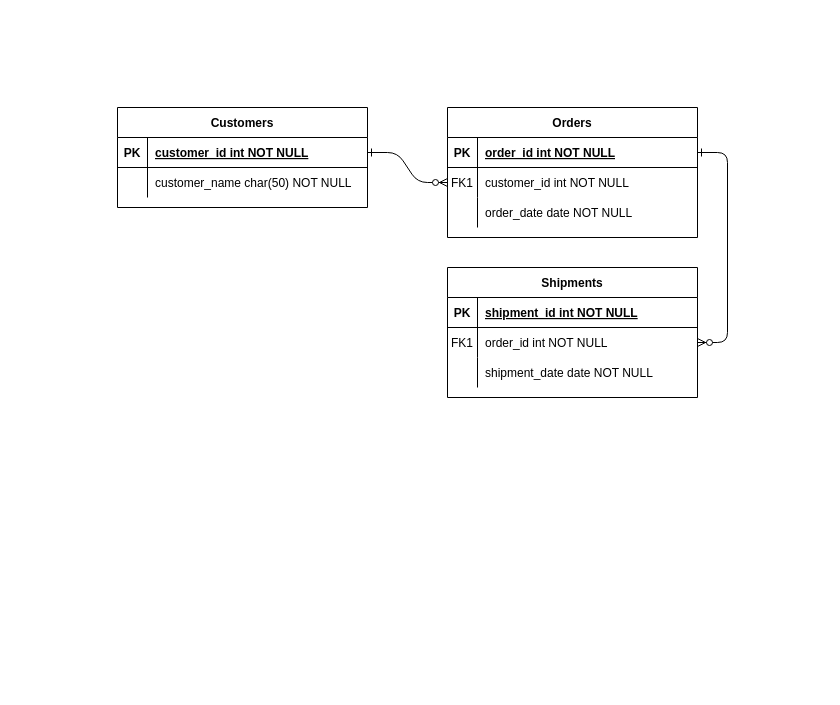
The draw.io diagram erd/EnrollmentERD.drawio in perilloArt3159/database-mysql-assessment, before the edit. Source tidied: cells renumbered, new cells numbered last; positions are measured from the earlier drawing's top-left corner, leaving out a move shared by most shapes. Both pictures are drawn from the tidied source at 100%, with x=0, y=0 at pixel (117, 107).
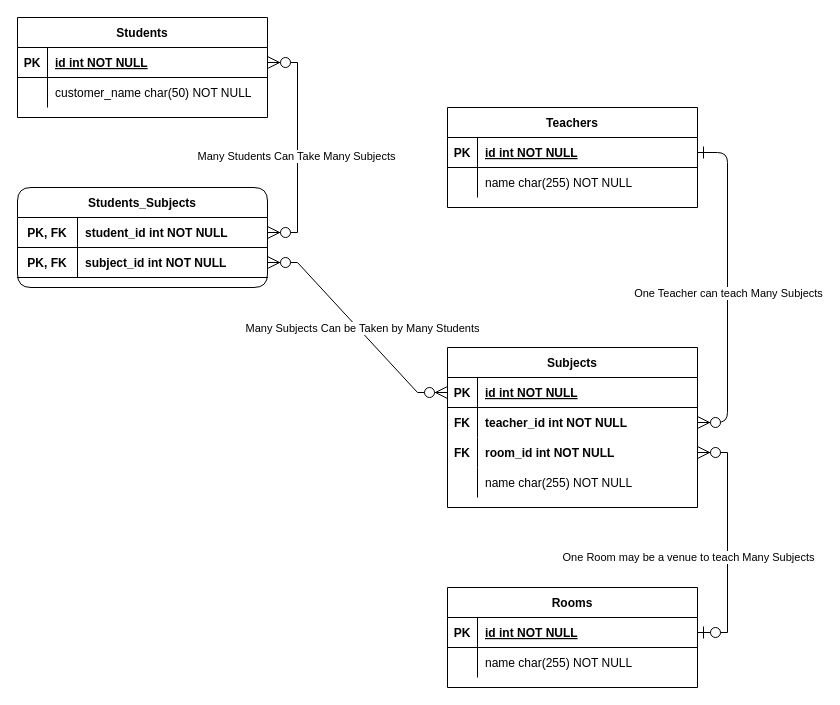
Above is the later version.

Commit message:
:sparkles: Enrollment ERD Done

Unchanged cells that the change refers to:
```xml
<mxCell id="5" style="shape=partialRectangle;fillColor=none;points=[[0,0.5],[1,0.5]];portConstraint=eastwest;top=0;left=0;right=0;bottom=1;" parent="4" vertex="1">
  <mxGeometry y="30" width="250" height="30" as="geometry" />
</mxCell>
<mxCell id="8" style="shape=partialRectangle;fillColor=none;points=[[0,0.5],[1,0.5]];portConstraint=eastwest;top=0;left=0;right=0;bottom=0;" parent="4" vertex="1">
  <mxGeometry y="60" width="250" height="30" as="geometry" />
</mxCell>
<mxCell id="15" style="shape=partialRectangle;fillColor=none;points=[[0,0.5],[1,0.5]];portConstraint=eastwest;top=0;left=0;right=0;bottom=1;" parent="14" vertex="1">
  <mxGeometry y="30" width="250" height="30" as="geometry" />
</mxCell>
<mxCell id="18" style="shape=partialRectangle;fillColor=none;points=[[0,0.5],[1,0.5]];portConstraint=eastwest;top=0;left=0;right=0;bottom=0;" parent="14" vertex="1">
  <mxGeometry y="60" width="250" height="30" as="geometry" />
</mxCell>
<mxCell id="25" style="shape=partialRectangle;fillColor=none;points=[[0,0.5],[1,0.5]];portConstraint=eastwest;top=0;left=0;right=0;bottom=1;" parent="24" vertex="1">
  <mxGeometry y="30" width="250" height="30" as="geometry" />
</mxCell>
```

Change to the diagram source:
```diff
@@
-    <mxCell id="2" style="edgeStyle=entityRelationEdgeStyle;endArrow=ERzeroToMany;startArrow=ERone;endFill=1;startFill=0;" parent="1" edge="1" source="25" target="8">
-      <mxGeometry relative="1" as="geometry" />
-    </mxCell>
-    <mxCell id="3" style="edgeStyle=entityRelationEdgeStyle;endArrow=ERzeroToMany;startArrow=ERone;endFill=1;startFill=0;" parent="1" edge="1" source="5" target="18">
+    <mxCell id="3" style="edgeStyle=entityRelationEdgeStyle;endArrow=ERzeroToMany;startArrow=ERone;endFill=1;startFill=0;endSize=10;startSize=10;" parent="1" edge="1" source="5" target="18">
       <mxGeometry relative="1" as="geometry" />
     </mxCell>
+    <mxCell id="31" value="One Teacher can teach Many Subjects" style="edgeLabel;html=1;align=center;verticalAlign=middle;" parent="3" vertex="1">
+      <mxGeometry x="0.03" relative="1" as="geometry" />
+    </mxCell>
-    <mxCell id="4" value="Orders" style="shape=table;startSize=30;childLayout=tableLayout;rowLines=0;fontStyle=1;align=center;" parent="1" vertex="1">
-      <mxGeometry x="330" width="250" height="130" as="geometry" />
+    <mxCell id="4" value="Teachers" style="shape=table;startSize=30;childLayout=tableLayout;rowLines=0;fontStyle=1;align=center;" parent="1" vertex="1">
+      <mxGeometry x="330" width="250" height="100" as="geometry" />
     </mxCell>
@@
-    <mxCell id="7" value="order_id int NOT NULL " style="shape=partialRectangle;overflow=hidden;fillColor=none;top=0;left=0;bottom=0;right=0;align=left;spacingLeft=6;fontStyle=5;" parent="5" vertex="1">
+    <mxCell id="7" value="id int NOT NULL " style="shape=partialRectangle;overflow=hidden;fillColor=none;top=0;left=0;bottom=0;right=0;align=left;spacingLeft=6;fontStyle=5;" parent="5" vertex="1">
       <mxGeometry x="30" width="220" height="30" as="geometry" />
     </mxCell>
@@
-    <mxCell id="9" value="FK1" style="shape=partialRectangle;overflow=hidden;fillColor=none;top=0;left=0;bottom=0;right=0;" parent="8" vertex="1">
+    <mxCell id="9" style="shape=partialRectangle;overflow=hidden;fillColor=none;top=0;left=0;bottom=0;right=0;" parent="8" vertex="1">
       <mxGeometry width="30" height="30" as="geometry" />
     </mxCell>
-    <mxCell id="10" value="customer_id int NOT NULL" style="shape=partialRectangle;overflow=hidden;fillColor=none;top=0;left=0;bottom=0;right=0;align=left;spacingLeft=6;" parent="8" vertex="1">
+    <mxCell id="10" value="name char(255) NOT NULL" style="shape=partialRectangle;overflow=hidden;fillColor=none;top=0;left=0;bottom=0;right=0;align=left;spacingLeft=6;" parent="8" vertex="1">
       <mxGeometry x="30" width="220" height="30" as="geometry" />
     </mxCell>
-    <mxCell id="11" style="shape=partialRectangle;fillColor=none;points=[[0,0.5],[1,0.5]];portConstraint=eastwest;top=0;left=0;right=0;bottom=0;" parent="4" vertex="1">
-      <mxGeometry y="90" width="250" height="30" as="geometry" />
-    </mxCell>
-    <mxCell id="12" style="shape=partialRectangle;overflow=hidden;fillColor=none;top=0;left=0;bottom=0;right=0;" parent="11" vertex="1">
-      <mxGeometry width="30" height="30" as="geometry" />
-    </mxCell>
-    <mxCell id="13" value="order_date date NOT NULL" style="shape=partialRectangle;overflow=hidden;fillColor=none;top=0;left=0;bottom=0;right=0;align=left;spacingLeft=6;" parent="11" vertex="1">
-      <mxGeometry x="30" width="220" height="30" as="geometry" />
-    </mxCell>
-    <mxCell id="14" value="Shipments" style="shape=table;startSize=30;childLayout=tableLayout;rowLines=0;fontStyle=1;align=center;" parent="1" vertex="1">
-      <mxGeometry x="330" y="160" width="250" height="130" as="geometry" />
+    <mxCell id="14" value="Subjects" style="shape=table;startSize=30;childLayout=tableLayout;rowLines=0;fontStyle=1;align=center;" parent="1" vertex="1">
+      <mxGeometry x="330" y="240" width="250" height="160" as="geometry" />
     </mxCell>
@@
-    <mxCell id="17" value="shipment_id int NOT NULL " style="shape=partialRectangle;overflow=hidden;fillColor=none;top=0;left=0;bottom=0;right=0;align=left;spacingLeft=6;fontStyle=5;" parent="15" vertex="1">
+    <mxCell id="17" value="id int NOT NULL " style="shape=partialRectangle;overflow=hidden;fillColor=none;top=0;left=0;bottom=0;right=0;align=left;spacingLeft=6;fontStyle=5;" parent="15" vertex="1">
       <mxGeometry x="30" width="220" height="30" as="geometry" />
     </mxCell>
@@
-    <mxCell id="19" value="FK1" style="shape=partialRectangle;overflow=hidden;fillColor=none;top=0;left=0;bottom=0;right=0;" parent="18" vertex="1">
+    <mxCell id="19" value="FK" style="shape=partialRectangle;overflow=hidden;fillColor=none;top=0;left=0;bottom=0;right=0;fontStyle=1;" parent="18" vertex="1">
       <mxGeometry width="30" height="30" as="geometry" />
     </mxCell>
-    <mxCell id="20" value="order_id int NOT NULL" style="shape=partialRectangle;overflow=hidden;fillColor=none;top=0;left=0;bottom=0;right=0;align=left;spacingLeft=6;" parent="18" vertex="1">
+    <mxCell id="20" value="teacher_id int NOT NULL" style="shape=partialRectangle;overflow=hidden;fillColor=none;top=0;left=0;bottom=0;right=0;align=left;spacingLeft=6;fontStyle=1;" parent="18" vertex="1">
       <mxGeometry x="30" width="220" height="30" as="geometry" />
     </mxCell>
+    <mxCell id="11" style="shape=partialRectangle;fillColor=none;points=[[0,0.5],[1,0.5]];portConstraint=eastwest;top=0;left=0;right=0;bottom=0;" parent="14" vertex="1">
+      <mxGeometry y="90" width="250" height="30" as="geometry" />
+    </mxCell>
+    <mxCell id="32" value="FK" style="shape=partialRectangle;overflow=hidden;fillColor=none;top=0;left=0;bottom=0;right=0;fontStyle=1;" parent="11" vertex="1">
+      <mxGeometry width="30" height="30" as="geometry" />
+    </mxCell>
+    <mxCell id="33" value="room_id int NOT NULL" style="shape=partialRectangle;overflow=hidden;fillColor=none;top=0;left=0;bottom=0;right=0;align=left;spacingLeft=6;fontStyle=1;" parent="11" vertex="1">
+      <mxGeometry x="30" width="220" height="30" as="geometry" />
+    </mxCell>
     <mxCell id="21" style="shape=partialRectangle;fillColor=none;top=0;left=0;right=0;bottom=0;" parent="14" vertex="1">
-      <mxGeometry y="90" width="250" height="30" as="geometry" />
+      <mxGeometry y="120" width="250" height="30" as="geometry" />
     </mxCell>
@@
-    <mxCell id="23" value="shipment_date date NOT NULL" style="shape=partialRectangle;overflow=hidden;fillColor=none;top=0;left=0;bottom=0;right=0;align=left;spacingLeft=6;" parent="21" vertex="1">
+    <mxCell id="23" value="name char(255) NOT NULL" style="shape=partialRectangle;overflow=hidden;fillColor=none;top=0;left=0;bottom=0;right=0;align=left;spacingLeft=6;" parent="21" vertex="1">
       <mxGeometry x="30" width="220" height="30" as="geometry" />
     </mxCell>
-    <mxCell id="24" value="Customers" style="shape=table;startSize=30;childLayout=tableLayout;rowLines=0;fontStyle=1;align=center;" parent="1" vertex="1">
-      <mxGeometry width="250" height="100" as="geometry" />
+    <mxCell id="24" value="Students" style="shape=table;startSize=30;childLayout=tableLayout;rowLines=0;fontStyle=1;align=center;" parent="1" vertex="1">
+      <mxGeometry x="-100" y="-90" width="250" height="100" as="geometry" />
     </mxCell>
@@
-    <mxCell id="27" value="customer_id int NOT NULL " style="shape=partialRectangle;overflow=hidden;fillColor=none;top=0;left=0;bottom=0;right=0;align=left;spacingLeft=6;fontStyle=5;" parent="25" vertex="1">
+    <mxCell id="27" value="id int NOT NULL " style="shape=partialRectangle;overflow=hidden;fillColor=none;top=0;left=0;bottom=0;right=0;align=left;spacingLeft=6;fontStyle=5;" parent="25" vertex="1">
       <mxGeometry x="30" width="220" height="30" as="geometry" />
     </mxCell>
@@
+    <mxCell id="34" value="Rooms" style="shape=table;startSize=30;childLayout=tableLayout;rowLines=0;fontStyle=1;align=center;" parent="1" vertex="1">
+      <mxGeometry x="330" y="480" width="250" height="100" as="geometry" />
+    </mxCell>
+    <mxCell id="35" style="shape=partialRectangle;fillColor=none;points=[[0,0.5],[1,0.5]];portConstraint=eastwest;top=0;left=0;right=0;bottom=1;" parent="34" vertex="1">
+      <mxGeometry y="30" width="250" height="30" as="geometry" />
+    </mxCell>
+    <mxCell id="36" value="PK" style="shape=partialRectangle;overflow=hidden;fillColor=none;top=0;left=0;bottom=0;right=0;fontStyle=1;" parent="35" vertex="1">
+      <mxGeometry width="30" height="30" as="geometry" />
+    </mxCell>
+    <mxCell id="37" value="id int NOT NULL " style="shape=partialRectangle;overflow=hidden;fillColor=none;top=0;left=0;bottom=0;right=0;align=left;spacingLeft=6;fontStyle=5;" parent="35" vertex="1">
+      <mxGeometry x="30" width="220" height="30" as="geometry" />
+    </mxCell>
+    <mxCell id="38" style="shape=partialRectangle;fillColor=none;top=0;left=0;right=0;bottom=0;" parent="34" vertex="1">
+      <mxGeometry y="60" width="250" height="30" as="geometry" />
+    </mxCell>
+    <mxCell id="12" style="shape=partialRectangle;overflow=hidden;fillColor=none;top=0;left=0;bottom=0;right=0;" parent="38" vertex="1">
+      <mxGeometry width="30" height="30" as="geometry" />
+    </mxCell>
+    <mxCell id="39" value="name char(255) NOT NULL" style="shape=partialRectangle;overflow=hidden;fillColor=none;top=0;left=0;bottom=0;right=0;align=left;spacingLeft=6;" parent="38" vertex="1">
+      <mxGeometry x="30" width="220" height="30" as="geometry" />
+    </mxCell>
+    <mxCell id="40" style="edgeStyle=entityRelationEdgeStyle;fontSize=12;html=1;endArrow=ERzeroToMany;startArrow=ERzeroToOne;rounded=0;startSize=10;endSize=10;exitX=1;exitY=0.5;exitDx=0;exitDy=0;entryX=1;entryY=0.5;entryDx=0;entryDy=0;" parent="1" edge="1" source="35" target="11">
+      <mxGeometry relative="1" as="geometry" />
+    </mxCell>
+    <mxCell id="41" value="One Room may be a venue to teach Many Subjects" style="edgeLabel;html=1;align=center;verticalAlign=middle;" parent="40" vertex="1">
+      <mxGeometry x="-0.12" y="1" relative="1" as="geometry">
+        <mxPoint x="-39" as="offset" />
+      </mxGeometry>
+    </mxCell>
+    <mxCell id="42" value="Students_Subjects" style="shape=table;startSize=30;childLayout=tableLayout;rowLines=0;fontStyle=1;align=center;swimlaneLine=1;rounded=1;" parent="1" vertex="1">
+      <mxGeometry x="-100" y="80" width="250" height="100" as="geometry" />
+    </mxCell>
+    <mxCell id="43" style="shape=partialRectangle;fillColor=none;points=[[0,0.5],[1,0.5]];portConstraint=eastwest;top=0;left=0;right=0;bottom=1;" parent="42" vertex="1">
+      <mxGeometry y="30" width="250" height="30" as="geometry" />
+    </mxCell>
+    <mxCell id="44" value="PK, FK" style="shape=partialRectangle;overflow=hidden;fillColor=none;top=0;left=0;bottom=0;right=0;fontStyle=1;" parent="43" vertex="1">
+      <mxGeometry width="60" height="30" as="geometry" />
+    </mxCell>
+    <mxCell id="45" value="student_id int NOT NULL " style="shape=partialRectangle;overflow=hidden;fillColor=none;top=0;left=0;bottom=0;right=0;align=left;spacingLeft=6;fontStyle=1;" parent="43" vertex="1">
+      <mxGeometry x="60" width="190" height="30" as="geometry" />
+    </mxCell>
+    <mxCell id="46" style="shape=partialRectangle;fillColor=none;points=[[0,0.5],[1,0.5]];portConstraint=eastwest;top=0;left=0;right=0;bottom=1;" parent="42" vertex="1">
+      <mxGeometry y="60" width="250" height="30" as="geometry" />
+    </mxCell>
+    <mxCell id="47" value="PK, FK" style="shape=partialRectangle;overflow=hidden;fillColor=none;top=0;left=0;bottom=0;right=0;fontStyle=1;" parent="46" vertex="1">
+      <mxGeometry width="60" height="30" as="geometry" />
+    </mxCell>
+    <mxCell id="48" value="subject_id int NOT NULL " style="shape=partialRectangle;overflow=hidden;fillColor=none;top=0;left=0;bottom=0;right=0;align=left;spacingLeft=6;fontStyle=1;" parent="46" vertex="1">
+      <mxGeometry x="60" width="190" height="30" as="geometry" />
+    </mxCell>
+    <mxCell id="49" style="edgeStyle=entityRelationEdgeStyle;fontSize=12;html=1;endArrow=ERzeroToMany;endFill=1;startArrow=ERzeroToMany;rounded=0;startSize=10;endSize=10;entryX=1;entryY=0.5;entryDx=0;entryDy=0;" parent="1" edge="1" source="43" target="25">
+      <mxGeometry relative="1" as="geometry" />
+    </mxCell>
+    <mxCell id="50" value="Many Students Can Take Many Subjects" style="edgeLabel;html=1;align=center;verticalAlign=middle;" parent="49" vertex="1">
+      <mxGeometry x="-0.07" y="2" relative="1" as="geometry" />
+    </mxCell>
+    <mxCell id="51" style="edgeStyle=entityRelationEdgeStyle;fontSize=12;html=1;endArrow=ERzeroToMany;endFill=1;startArrow=ERzeroToMany;rounded=0;startSize=10;endSize=10;entryX=1;entryY=0.5;entryDx=0;entryDy=0;exitX=0;exitY=0.5;exitDx=0;exitDy=0;" parent="1" edge="1" source="15" target="46">
+      <mxGeometry relative="1" as="geometry" />
+    </mxCell>
+    <mxCell id="52" value="Many Subjects Can be Taken by Many Students" style="edgeLabel;html=1;align=center;verticalAlign=middle;" parent="51" vertex="1">
+      <mxGeometry x="-0.07" y="2" relative="1" as="geometry">
+        <mxPoint y="-7" as="offset" />
+      </mxGeometry>
+    </mxCell>
```
